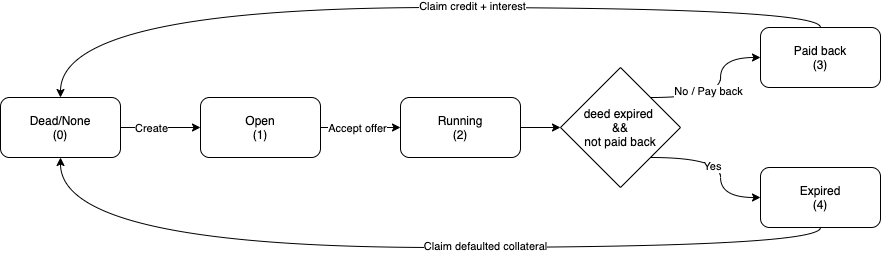
This is .github/img/deed_state.png from PWNDAO/pwn_contracts, a draw.io export, as it was before one commit. Source tidied: cells renumbered, new cells last; positions are measured from the earlier drawing's top-left corner, leaving out a move shared by most shapes.
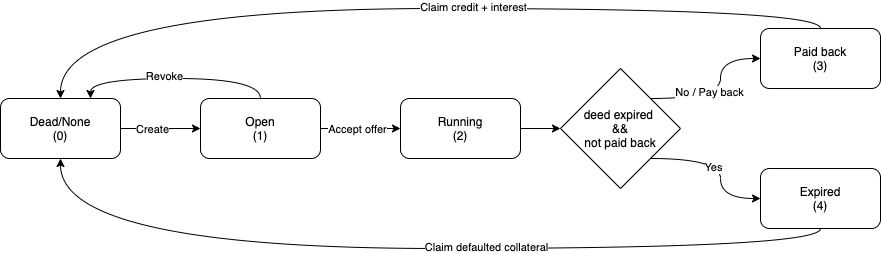
Above is the later version.

What changed in the source:
```diff
@@ -19,6 +19,12 @@
         <mxPoint x="-5" y="-1" as="offset" />
       </mxGeometry>
     </mxCell>
+    <mxCell id="21" style="edgeStyle=orthogonalEdgeStyle;curved=1;rounded=0;jettySize=auto;html=1;exitX=0.5;exitY=0;exitDx=0;exitDy=0;entryX=0.75;entryY=0;entryDx=0;entryDy=0;fontSize=28;" parent="1" edge="1" source="7" target="4">
+      <mxGeometry relative="1" as="geometry" />
+    </mxCell>
+    <mxCell id="22" value="Revoke" style="edgeLabel;html=1;align=center;verticalAlign=middle;fontSize=11;" parent="21" vertex="1">
+      <mxGeometry x="0.11" y="-3" relative="1" as="geometry" />
+    </mxCell>
     <mxCell id="7" value="Open&lt;br&gt;(1)" style="whiteSpace=wrap;html=1;rounded=1;" parent="1" vertex="1">
       <mxGeometry x="200" y="70" width="120" height="60" as="geometry" />
     </mxCell>
```
